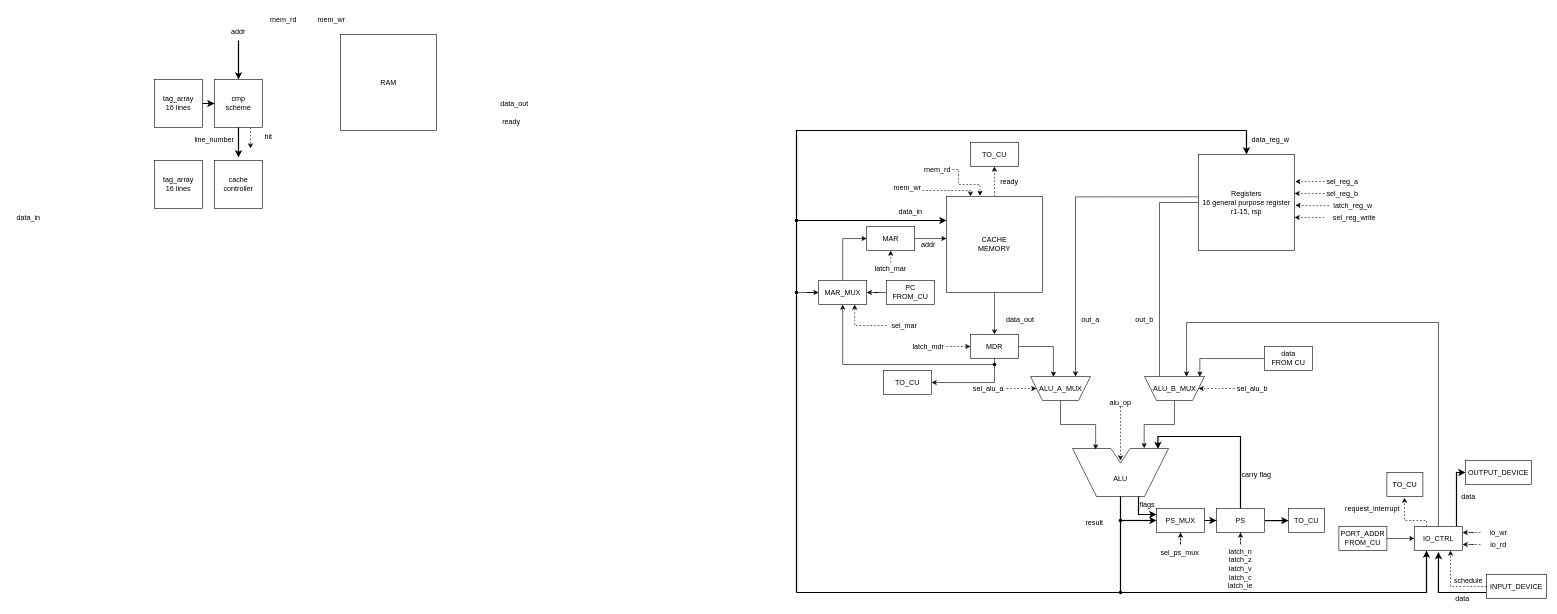
The draw.io diagram docs/scheme.drawio in Miwm64/ailurus, before the edit. Source tidied: cells renumbered, new cells numbered last; positions are measured from the earlier drawing's top-left corner, leaving out a move shared by most shapes. Both pictures are drawn from the tidied source at 60%, with x=0, y=0 at pixel (10, 10).
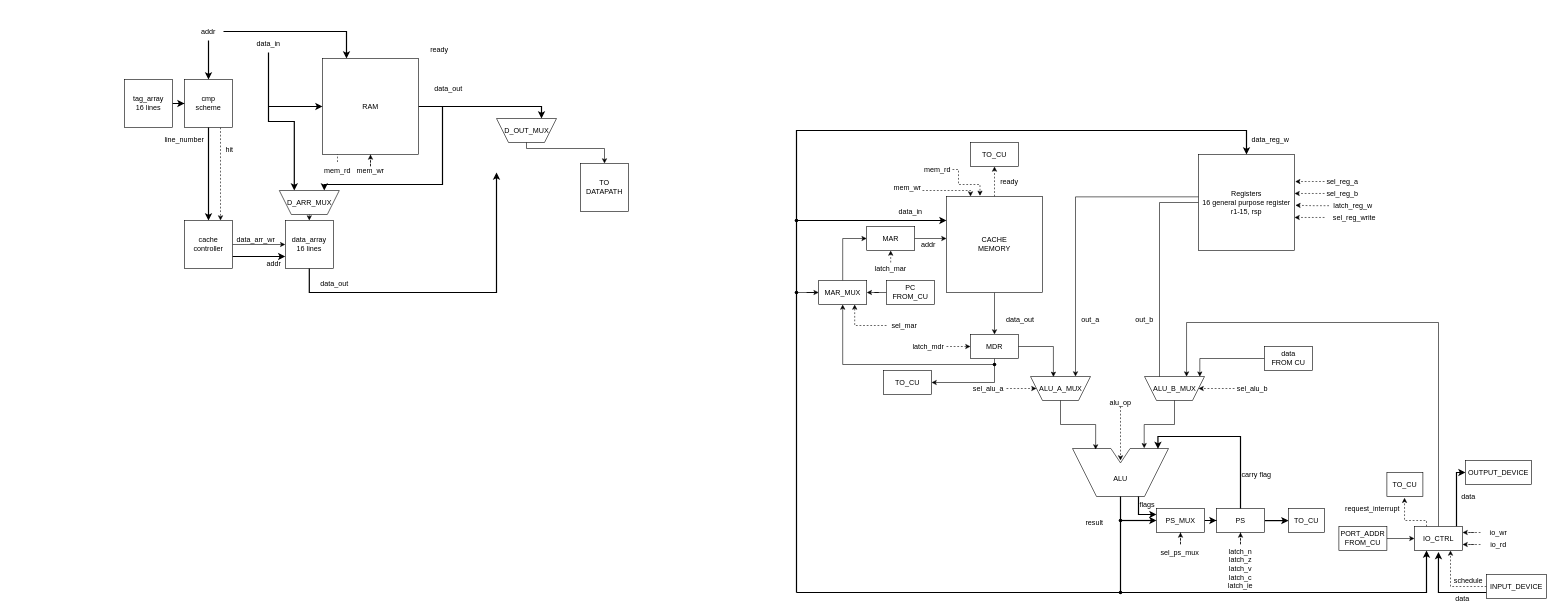
The same page after the edit.

Change to the diagram source:
```diff
@@
     <mxCell id="111" value="data_in" style="text;html=1;whiteSpace=wrap;strokeColor=none;fillColor=none;align=center;verticalAlign=middle;rounded=0;" parent="1" vertex="1">
-      <mxGeometry y="330" width="60" height="30" as="geometry" />
+      <mxGeometry x="400" y="40" width="60" height="30" as="geometry" />
     </mxCell>
@@
+    <mxCell id="128" style="edgeStyle=orthogonalEdgeStyle;rounded=0;jettySize=auto;html=1;entryX=0.25;entryY=0;entryDx=0;entryDy=0;defaultLabelBackgroundColor=page;strokeWidth=2;" parent="1" edge="1" source="113" target="118">
+      <mxGeometry relative="1" as="geometry" />
+    </mxCell>
     <mxCell id="113" value="addr" style="text;html=1;whiteSpace=wrap;strokeColor=none;fillColor=none;align=center;verticalAlign=middle;rounded=0;" parent="1" vertex="1">
-      <mxGeometry x="350" y="20" width="60" height="30" as="geometry" />
+      <mxGeometry x="305" y="20" width="50" height="30" as="geometry" />
     </mxCell>
+    <mxCell id="129" style="edgeStyle=orthogonalEdgeStyle;rounded=0;jettySize=auto;html=1;entryX=0.173;entryY=1;entryDx=0;entryDy=0;defaultLabelBackgroundColor=page;dashed=1;entryPerimeter=0;" parent="1" edge="1" source="114" target="118">
+      <mxGeometry relative="1" as="geometry" />
+    </mxCell>
     <mxCell id="114" value="mem_rd" style="text;html=1;whiteSpace=wrap;strokeColor=none;fillColor=none;align=center;verticalAlign=middle;rounded=0;" parent="1" vertex="1">
-      <mxGeometry x="430" width="50" height="30" as="geometry" />
+      <mxGeometry x="520" y="252.5" width="50" height="30" as="geometry" />
     </mxCell>
+    <mxCell id="130" style="edgeStyle=orthogonalEdgeStyle;rounded=0;jettySize=auto;html=1;entryX=0.5;entryY=1;entryDx=0;entryDy=0;defaultLabelBackgroundColor=page;dashed=1;" parent="1" edge="1" source="115" target="118">
+      <mxGeometry relative="1" as="geometry" />
+    </mxCell>
     <mxCell id="115" value="mem_wr" style="text;html=1;whiteSpace=wrap;strokeColor=none;fillColor=none;align=center;verticalAlign=middle;rounded=0;" parent="1" vertex="1">
-      <mxGeometry x="510" width="50" height="30" as="geometry" />
+      <mxGeometry x="575" y="260" width="50" height="15" as="geometry" />
     </mxCell>
     <mxCell id="116" value="ready" style="text;html=1;whiteSpace=wrap;strokeColor=none;fillColor=none;align=center;verticalAlign=middle;rounded=0;" parent="1" vertex="1">
-      <mxGeometry x="810" y="170" width="50" height="30" as="geometry" />
+      <mxGeometry x="690" y="50" width="50" height="30" as="geometry" />
     </mxCell>
     <mxCell id="117" value="data_out" style="text;html=1;whiteSpace=wrap;strokeColor=none;fillColor=none;align=center;verticalAlign=middle;rounded=0;" parent="1" vertex="1">
-      <mxGeometry x="810" y="140" width="60" height="30" as="geometry" />
+      <mxGeometry x="510" y="440" width="60" height="30" as="geometry" />
     </mxCell>
+    <mxCell id="131" style="edgeStyle=orthogonalEdgeStyle;rounded=0;jettySize=auto;html=1;defaultLabelBackgroundColor=page;strokeWidth=2;entryX=0.25;entryY=1;entryDx=0;entryDy=0;" parent="1" edge="1" source="118" target="147">
+      <mxGeometry relative="1" as="geometry" />
+    </mxCell>
     <mxCell id="118" value="&lt;div&gt;RAM&lt;/div&gt;" style="rounded=0;whiteSpace=wrap;html=1;" parent="1" vertex="1">
-      <mxGeometry x="550" y="40" width="160" height="160" as="geometry" />
+      <mxGeometry x="520" y="80" width="160" height="160" as="geometry" />
     </mxCell>
@@
     <mxCell id="120" value="&lt;div&gt;tag_array&lt;/div&gt;&lt;div&gt;16 lines&lt;/div&gt;" style="rounded=0;whiteSpace=wrap;html=1;" parent="1" vertex="1">
-      <mxGeometry x="240" y="115" width="80" height="80" as="geometry" />
+      <mxGeometry x="190" y="115" width="80" height="80" as="geometry" />
     </mxCell>
-    <mxCell id="121" style="edgeStyle=orthogonalEdgeStyle;rounded=0;jettySize=auto;html=1;dashed=1;exitX=0.75;exitY=1;exitDx=0;exitDy=0;" parent="1" edge="1" source="122">
-      <mxGeometry relative="1" as="geometry">
-        <mxPoint x="400" y="230" as="targetPoint" />
-        <Array as="points">
-          <mxPoint x="400" y="230" />
-        </Array>
-      </mxGeometry>
+    <mxCell id="121" style="edgeStyle=orthogonalEdgeStyle;rounded=0;jettySize=auto;html=1;dashed=1;exitX=0.75;exitY=1;exitDx=0;exitDy=0;entryX=0.75;entryY=0;entryDx=0;entryDy=0;" parent="1" edge="1" source="122" target="127">
+      <mxGeometry relative="1" as="geometry" />
     </mxCell>
     <mxCell id="122" value="&lt;div&gt;cmp&lt;/div&gt;&lt;div&gt;scheme&lt;/div&gt;" style="rounded=0;whiteSpace=wrap;html=1;" parent="1" vertex="1">
-      <mxGeometry x="340" y="115" width="80" height="80" as="geometry" />
+      <mxGeometry x="290" y="115" width="80" height="80" as="geometry" />
     </mxCell>
-    <mxCell id="123" style="edgeStyle=orthogonalEdgeStyle;rounded=0;jettySize=auto;html=1;exitX=0.5;exitY=1;exitDx=0;exitDy=0;strokeWidth=2;" parent="1" edge="1" source="122">
-      <mxGeometry relative="1" as="geometry">
-        <mxPoint x="380" y="245" as="targetPoint" />
-      </mxGeometry>
+    <mxCell id="123" style="edgeStyle=orthogonalEdgeStyle;rounded=0;jettySize=auto;html=1;exitX=0.5;exitY=1;exitDx=0;exitDy=0;strokeWidth=2;entryX=0.5;entryY=0;entryDx=0;entryDy=0;" parent="1" edge="1" source="122" target="127">
+      <mxGeometry relative="1" as="geometry" />
     </mxCell>
     <mxCell id="124" value="line_number" style="text;html=1;whiteSpace=wrap;strokeColor=none;fillColor=none;align=center;verticalAlign=middle;rounded=0;" parent="1" vertex="1">
-      <mxGeometry x="310" y="200" width="60" height="30" as="geometry" />
+      <mxGeometry x="260" y="200" width="60" height="30" as="geometry" />
     </mxCell>
     <mxCell id="125" value="hit" style="text;html=1;whiteSpace=wrap;strokeColor=none;fillColor=none;align=center;verticalAlign=middle;rounded=0;" parent="1" vertex="1">
-      <mxGeometry x="410" y="195" width="40" height="30" as="geometry" />
+      <mxGeometry x="350" y="225" width="30" height="15" as="geometry" />
     </mxCell>
+    <mxCell id="132" style="edgeStyle=orthogonalEdgeStyle;rounded=0;jettySize=auto;html=1;defaultLabelBackgroundColor=page;startArrow=classic;startFill=1;endArrow=none;endFill=0;entryX=1;entryY=0.75;entryDx=0;entryDy=0;exitX=0;exitY=0.75;exitDx=0;exitDy=0;strokeWidth=2;" parent="1" edge="1" source="126" target="127">
+      <mxGeometry x="-0.33" relative="1" as="geometry" />
+    </mxCell>
-    <mxCell id="126" value="&lt;div&gt;tag_array&lt;/div&gt;&lt;div&gt;16 lines&lt;/div&gt;" style="rounded=0;whiteSpace=wrap;html=1;" parent="1" vertex="1">
-      <mxGeometry x="240" y="250" width="80" height="80" as="geometry" />
+    <mxCell id="126" value="&lt;div&gt;data_array&lt;/div&gt;&lt;div&gt;16 lines&lt;/div&gt;" style="rounded=0;whiteSpace=wrap;html=1;" parent="1" vertex="1">
+      <mxGeometry x="458" y="350" width="80" height="80" as="geometry" />
     </mxCell>
+    <mxCell id="133" style="edgeStyle=orthogonalEdgeStyle;rounded=0;jettySize=auto;html=1;defaultLabelBackgroundColor=page;strokeWidth=2;exitX=0.5;exitY=1;exitDx=0;exitDy=0;" parent="1" edge="1" source="126">
+      <mxGeometry x="-0.69" relative="1" as="geometry">
+        <mxPoint x="810" y="270" as="targetPoint" />
+        <Array as="points">
+          <mxPoint x="498" y="470" />
+          <mxPoint x="810" y="470" />
+        </Array>
+      </mxGeometry>
+    </mxCell>
+    <mxCell id="134" style="edgeStyle=orthogonalEdgeStyle;rounded=0;jettySize=auto;html=1;entryX=0;entryY=0.5;entryDx=0;entryDy=0;defaultLabelBackgroundColor=page;" parent="1" edge="1" source="127" target="126">
+      <mxGeometry relative="1" as="geometry" />
+    </mxCell>
     <mxCell id="127" value="&lt;div&gt;cache&lt;/div&gt;&lt;div&gt;controller&lt;/div&gt;" style="rounded=0;whiteSpace=wrap;html=1;" parent="1" vertex="1">
-      <mxGeometry x="340" y="250" width="80" height="80" as="geometry" />
+      <mxGeometry x="290" y="350" width="80" height="80" as="geometry" />
     </mxCell>
+    <mxCell id="135" value="TO DATAPATH" style="rounded=0;whiteSpace=wrap;html=1;" parent="1" vertex="1">
+      <mxGeometry x="950" y="255" width="80" height="80" as="geometry" />
+    </mxCell>
+    <mxCell id="136" style="edgeStyle=orthogonalEdgeStyle;rounded=0;jettySize=auto;html=1;defaultLabelBackgroundColor=page;startArrow=classic;startFill=1;endArrow=none;endFill=0;entryX=0.5;entryY=1;entryDx=0;entryDy=0;exitX=0.75;exitY=1;exitDx=0;exitDy=0;strokeWidth=2;" parent="1" edge="1" source="143" target="111">
+      <mxGeometry x="-0.91" relative="1" as="geometry" />
+    </mxCell>
+    <mxCell id="137" style="edgeStyle=orthogonalEdgeStyle;rounded=0;jettySize=auto;html=1;defaultLabelBackgroundColor=page;startArrow=classic;startFill=1;endArrow=none;endFill=0;exitX=0;exitY=0.5;exitDx=0;exitDy=0;strokeWidth=2;" parent="1" edge="1" source="118">
+      <mxGeometry x="-0.49" relative="1" as="geometry">
+        <mxPoint x="430" y="160" as="targetPoint" />
+      </mxGeometry>
+    </mxCell>
+    <mxCell id="138" value="data_out" style="text;html=1;whiteSpace=wrap;strokeColor=none;fillColor=none;align=center;verticalAlign=middle;rounded=0;" parent="1" vertex="1">
+      <mxGeometry x="700" y="115" width="60" height="30" as="geometry" />
+    </mxCell>
+    <mxCell id="139" value="addr" style="text;html=1;whiteSpace=wrap;strokeColor=none;fillColor=none;align=center;verticalAlign=middle;rounded=0;" parent="1" vertex="1">
+      <mxGeometry x="424" y="415" width="30" height="15" as="geometry" />
+    </mxCell>
+    <mxCell id="140" style="edgeStyle=orthogonalEdgeStyle;rounded=0;jettySize=auto;html=1;entryX=0.25;entryY=1;entryDx=0;entryDy=0;defaultLabelBackgroundColor=page;strokeWidth=2;" parent="1" edge="1" target="143">
+      <mxGeometry x="0.2" relative="1" as="geometry">
+        <mxPoint x="720" y="160" as="sourcePoint" />
+        <Array as="points">
+          <mxPoint x="720" y="290" />
+          <mxPoint x="523" y="290" />
+        </Array>
+      </mxGeometry>
+    </mxCell>
+    <mxCell id="141" value="data_arr_wr" style="text;html=1;whiteSpace=wrap;strokeColor=none;fillColor=none;align=center;verticalAlign=middle;rounded=0;" parent="1" vertex="1">
+      <mxGeometry x="394" y="375" width="30" height="15" as="geometry" />
+    </mxCell>
+    <mxCell id="142" style="group;" parent="1" vertex="1">
+      <mxGeometry x="448" y="300" width="100" height="40" as="geometry" />
+    </mxCell>
+    <mxCell id="143" value="&lt;div&gt;&lt;br/&gt;&lt;/div&gt;" style="shape=trapezoid;perimeter=trapezoidPerimeter;whiteSpace=wrap;html=1;shapeInside=1;fixedSize=1;size=20;rotation=-180;" parent="142" vertex="1">
+      <mxGeometry width="100" height="40" as="geometry" />
+    </mxCell>
+    <mxCell id="144" value="D_ARR_MUX" style="text;html=1;whiteSpace=wrap;strokeColor=none;fillColor=none;align=center;verticalAlign=middle;rounded=0;" parent="142" vertex="1">
+      <mxGeometry x="12.5" y="5" width="75" height="30" as="geometry" />
+    </mxCell>
+    <mxCell id="145" style="edgeStyle=orthogonalEdgeStyle;rounded=0;jettySize=auto;html=1;entryX=0.5;entryY=0;entryDx=0;entryDy=0;defaultLabelBackgroundColor=page;exitX=0.5;exitY=0;exitDx=0;exitDy=0;" parent="1" edge="1" source="143" target="126">
+      <mxGeometry relative="1" as="geometry" />
+    </mxCell>
+    <mxCell id="146" style="group;" parent="1" vertex="1">
+      <mxGeometry x="810" y="180" width="100" height="40" as="geometry" />
+    </mxCell>
+    <mxCell id="147" value="&lt;div&gt;&lt;br/&gt;&lt;/div&gt;" style="shape=trapezoid;perimeter=trapezoidPerimeter;whiteSpace=wrap;html=1;shapeInside=1;fixedSize=1;size=20;rotation=-180;" parent="146" vertex="1">
+      <mxGeometry width="100" height="40" as="geometry" />
+    </mxCell>
+    <mxCell id="148" value="D_OUT_MUX" style="text;html=1;whiteSpace=wrap;strokeColor=none;fillColor=none;align=center;verticalAlign=middle;rounded=0;" parent="146" vertex="1">
+      <mxGeometry x="12.5" y="5" width="75" height="30" as="geometry" />
+    </mxCell>
+    <mxCell id="149" style="edgeStyle=orthogonalEdgeStyle;rounded=0;jettySize=auto;html=1;entryX=0.5;entryY=0;entryDx=0;entryDy=0;defaultLabelBackgroundColor=page;exitX=0.5;exitY=0;exitDx=0;exitDy=0;" parent="1" edge="1" source="147" target="135">
+      <mxGeometry x="0.68" relative="1" as="geometry">
+        <Array as="points">
+          <mxPoint x="860" y="230" />
+          <mxPoint x="990" y="230" />
+          <mxPoint x="990" y="255" />
+        </Array>
+      </mxGeometry>
+    </mxCell>
```
